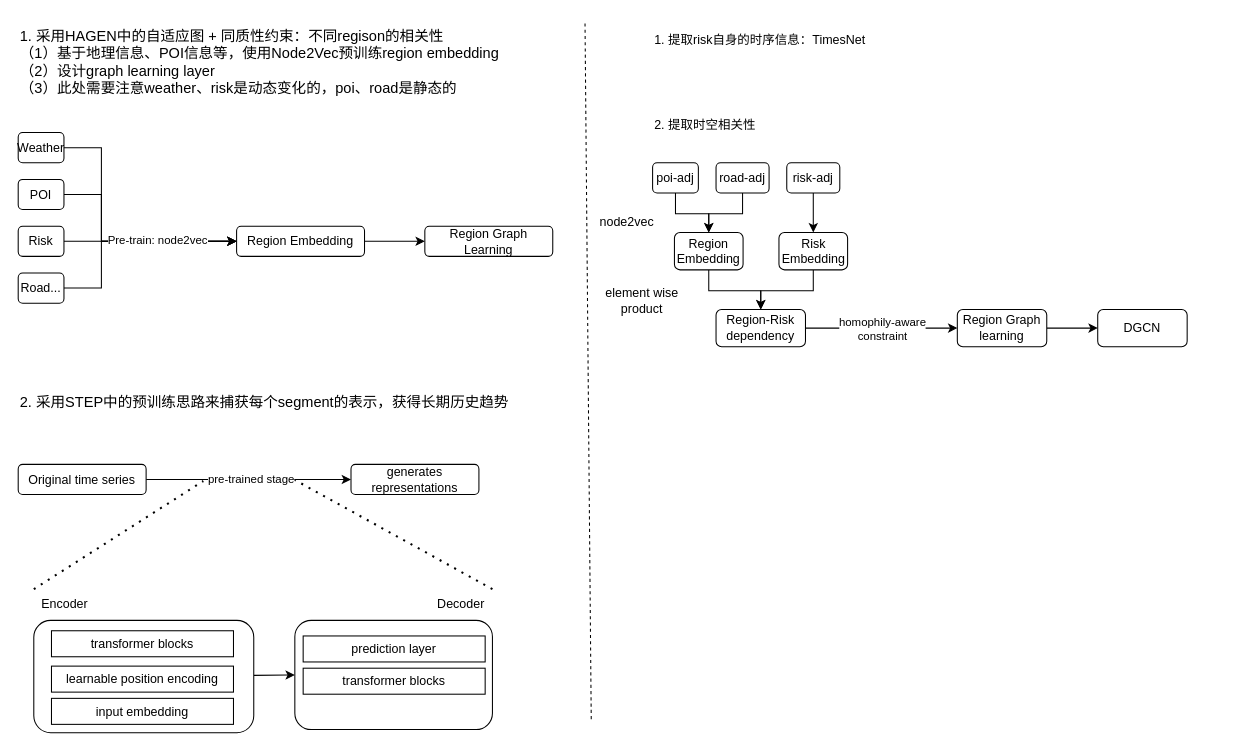
Before: page "思路三" (6 of 6) of 天气驱动城市数据挖掘.drawio in GPlaying/brain_map, a draw.io diagram. Source tidied: cells renumbered, new cells numbered last; positions are measured from the earlier drawing's top-left corner, leaving out a move shared by most shapes. Both pictures are drawn from the tidied source at 104%, with x=0, y=0 at pixel (18, 18).
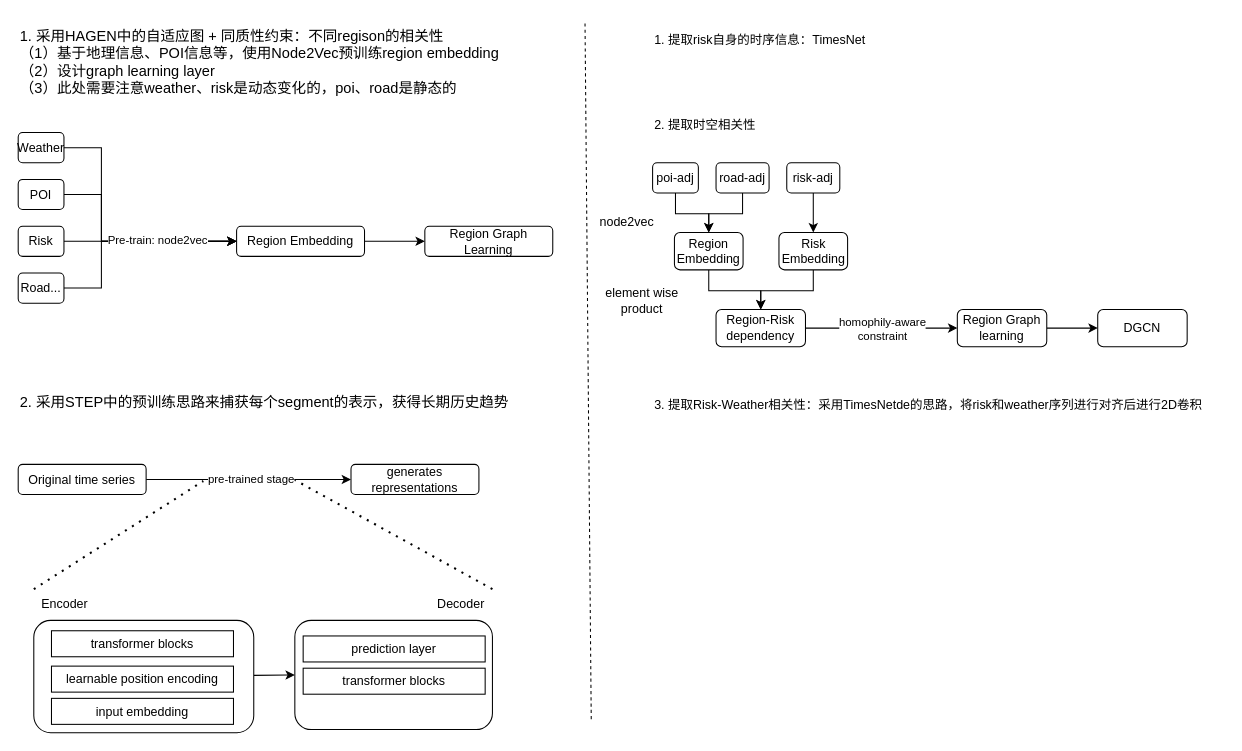
The same diagram, later.

Commit message:
更新天气驱动城市数据挖掘.drawio

What changed in the source:
```diff
@@
+    <mxCell id="53" value="3. 提取Risk-Weather相关性：采用TimesNetde的思路，将risk和weather序列进行对齐后进行2D卷积" style="text;html=1;strokeColor=none;fillColor=none;align=left;verticalAlign=middle;whiteSpace=wrap;rounded=0;" parent="1" vertex="1">
+      <mxGeometry x="610" y="351" width="549" height="41" as="geometry" />
+    </mxCell>
```
